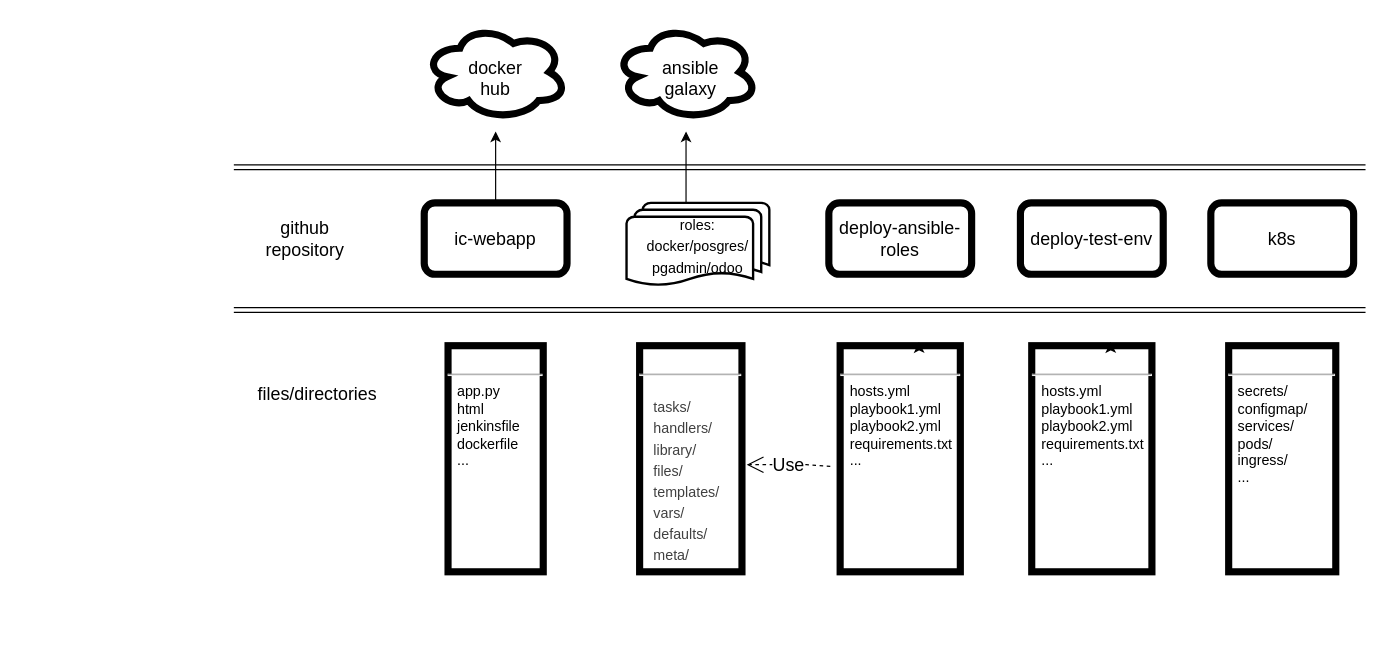
Above: Untitled Diagram.drawio in Thuy9906/merlinpimpin (draw.io), before the change. Source tidied: cells renumbered, new cells numbered last; positions are measured from the earlier drawing's top-left corner, leaving out a move shared by most shapes. Both pictures are drawn from the tidied source at 119%, with x=0, y=0 at pixel (233, 24).
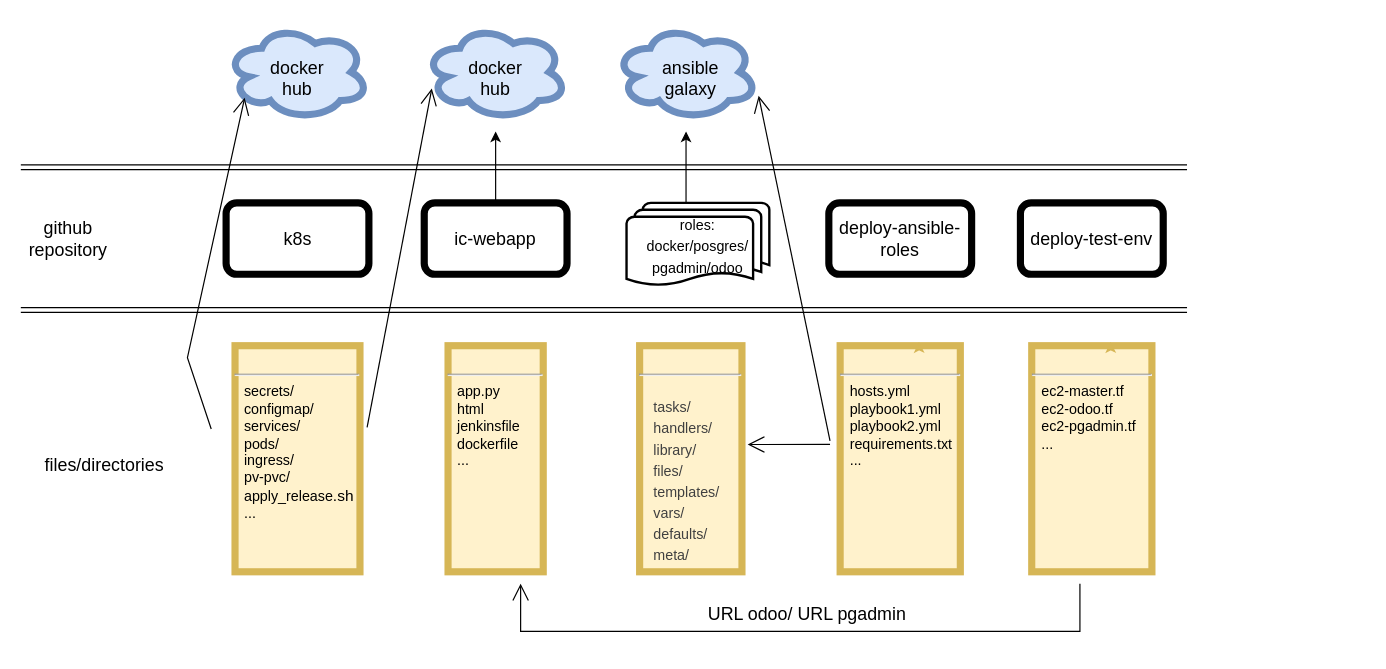
After the change.

Diff of the diagram source:
```diff
@@
+    <mxCell id="25" style="ellipse;shape=cloud;whiteSpace=wrap;html=1;fontSize=15;strokeWidth=6;fillColor=#dae8fc;strokeColor=#6c8ebf;" parent="1" vertex="1">
+      <mxGeometry x="-6.5" width="120" height="80" as="geometry" />
+    </mxCell>
-    <mxCell id="2" style="ellipse;shape=cloud;whiteSpace=wrap;html=1;fontSize=15;strokeWidth=6;" parent="1" vertex="1">
+    <mxCell id="2" style="ellipse;shape=cloud;whiteSpace=wrap;html=1;fontSize=15;strokeWidth=6;fillColor=#dae8fc;strokeColor=#6c8ebf;" parent="1" vertex="1">
       <mxGeometry x="320" width="120" height="80" as="geometry" />
     </mxCell>
-    <mxCell id="3" style="ellipse;shape=cloud;whiteSpace=wrap;html=1;fontSize=15;strokeWidth=6;" parent="1" vertex="1">
+    <mxCell id="3" style="ellipse;shape=cloud;whiteSpace=wrap;html=1;fontSize=15;strokeWidth=6;fillColor=#dae8fc;strokeColor=#6c8ebf;" parent="1" vertex="1">
       <mxGeometry x="160" width="120" height="80" as="geometry" />
     </mxCell>
     <mxCell id="4" style="shape=link;html=1;rounded=0;" parent="1" edge="1">
       <mxGeometry relative="1" as="geometry">
-        <mxPoint y="120" as="sourcePoint" />
-        <mxPoint x="951" y="120" as="targetPoint" />
+        <mxPoint x="-179" y="120" as="sourcePoint" />
+        <mxPoint x="801" y="120" as="targetPoint" />
       </mxGeometry>
     </mxCell>
     <mxCell id="5" style="shape=link;html=1;rounded=0;" parent="1" edge="1">
       <mxGeometry relative="1" as="geometry">
-        <mxPoint y="240" as="sourcePoint" />
-        <mxPoint x="951" y="240" as="targetPoint" />
+        <mxPoint x="-179" y="240" as="sourcePoint" />
+        <mxPoint x="801" y="240" as="targetPoint" />
       </mxGeometry>
     </mxCell>
@@
     <mxCell id="12" value="&lt;font style=&quot;font-size: 15px&quot;&gt;github repository&lt;/font&gt;" style="text;html=1;strokeColor=none;fillColor=none;align=center;verticalAlign=middle;whiteSpace=wrap;rounded=0;fontSize=12;" parent="1" vertex="1">
-      <mxGeometry x="30" y="165" width="60" height="30" as="geometry" />
+      <mxGeometry x="-169" y="165" width="60" height="30" as="geometry" />
     </mxCell>
-    <mxCell id="13" value="&lt;p style=&quot;margin: 0px ; margin-top: 4px ; text-align: center ; text-decoration: underline&quot;&gt;&lt;br&gt;&lt;/p&gt;&lt;hr&gt;&lt;p style=&quot;margin: 0px ; margin-left: 8px&quot;&gt;app.py&lt;/p&gt;&lt;p style=&quot;margin: 0px ; margin-left: 8px&quot;&gt;html&lt;br&gt;&lt;/p&gt;&lt;p style=&quot;margin: 0px ; margin-left: 8px&quot;&gt;jenkinsfile&lt;/p&gt;&lt;p style=&quot;margin: 0px ; margin-left: 8px&quot;&gt;dockerfile&lt;/p&gt;&lt;p style=&quot;margin: 0px ; margin-left: 8px&quot;&gt;...&lt;/p&gt;" style="verticalAlign=top;align=left;overflow=fill;fontSize=12;fontFamily=Helvetica;html=1;strokeWidth=6;" parent="1" vertex="1">
+    <mxCell id="13" value="&lt;p style=&quot;margin: 0px ; margin-top: 4px ; text-align: center ; text-decoration: underline&quot;&gt;&lt;br&gt;&lt;/p&gt;&lt;hr&gt;&lt;p style=&quot;margin: 0px ; margin-left: 8px&quot;&gt;app.py&lt;/p&gt;&lt;p style=&quot;margin: 0px ; margin-left: 8px&quot;&gt;html&lt;br&gt;&lt;/p&gt;&lt;p style=&quot;margin: 0px ; margin-left: 8px&quot;&gt;jenkinsfile&lt;/p&gt;&lt;p style=&quot;margin: 0px ; margin-left: 8px&quot;&gt;dockerfile&lt;/p&gt;&lt;p style=&quot;margin: 0px ; margin-left: 8px&quot;&gt;...&lt;/p&gt;" style="verticalAlign=top;align=left;overflow=fill;fontSize=12;fontFamily=Helvetica;html=1;strokeWidth=6;fillColor=#fff2cc;strokeColor=#d6b656;" parent="1" vertex="1">
       <mxGeometry x="180" y="270" width="80" height="190" as="geometry" />
     </mxCell>
-    <mxCell id="14" value="&lt;p style=&quot;margin: 0px ; margin-top: 4px ; text-align: center ; text-decoration: underline&quot;&gt;&lt;br&gt;&lt;/p&gt;&lt;hr&gt;&lt;pre style=&quot;box-sizing: border-box ; line-height: 1.4 ; margin-top: 0px ; margin-bottom: 0px ; padding: 12px ; overflow: auto ; color: rgb(64 , 64 , 64)&quot;&gt;&lt;font face=&quot;Helvetica&quot;&gt;tasks/&lt;br&gt;handlers/&lt;br&gt;library/&lt;br&gt;files/&lt;br&gt;templates/&lt;br&gt;vars/&lt;br&gt;defaults/&lt;br&gt;meta/&lt;/font&gt;&lt;/pre&gt;" style="verticalAlign=top;align=left;overflow=fill;fontSize=12;fontFamily=Helvetica;html=1;strokeWidth=6;" parent="1" vertex="1">
+    <mxCell id="14" value="&lt;p style=&quot;margin: 0px ; margin-top: 4px ; text-align: center ; text-decoration: underline&quot;&gt;&lt;br&gt;&lt;/p&gt;&lt;hr&gt;&lt;pre style=&quot;box-sizing: border-box ; line-height: 1.4 ; margin-top: 0px ; margin-bottom: 0px ; padding: 12px ; overflow: auto ; color: rgb(64 , 64 , 64)&quot;&gt;&lt;font face=&quot;Helvetica&quot;&gt;tasks/&lt;br&gt;handlers/&lt;br&gt;library/&lt;br&gt;files/&lt;br&gt;templates/&lt;br&gt;vars/&lt;br&gt;defaults/&lt;br&gt;meta/&lt;/font&gt;&lt;/pre&gt;" style="verticalAlign=top;align=left;overflow=fill;fontSize=12;fontFamily=Helvetica;html=1;strokeWidth=6;fillColor=#fff2cc;strokeColor=#d6b656;" parent="1" vertex="1">
       <mxGeometry x="341" y="270" width="86" height="190" as="geometry" />
     </mxCell>
     <mxCell id="15" value="files/directories" style="text;html=1;align=center;verticalAlign=middle;strokeColor=none;fillColor=none;fontSize=15;fontFamily=Helvetica;" parent="1" vertex="1">
-      <mxGeometry x="10" y="300" width="120" height="20" as="geometry" />
+      <mxGeometry x="-169" y="360" width="120" height="20" as="geometry" />
     </mxCell>
-    <mxCell id="16" value="&lt;p style=&quot;margin: 0px ; margin-top: 4px ; text-align: center ; text-decoration: underline&quot;&gt;&lt;br&gt;&lt;/p&gt;&lt;hr&gt;&lt;p style=&quot;margin: 0px ; margin-left: 8px&quot;&gt;hosts.yml&lt;/p&gt;&lt;p style=&quot;margin: 0px ; margin-left: 8px&quot;&gt;playbook1.yml&lt;br&gt;&lt;/p&gt;&lt;p style=&quot;margin: 0px ; margin-left: 8px&quot;&gt;playbook2.yml&lt;/p&gt;&lt;p style=&quot;margin: 0px ; margin-left: 8px&quot;&gt;requirements.txt&lt;/p&gt;&lt;p style=&quot;margin: 0px ; margin-left: 8px&quot;&gt;...&lt;/p&gt;" style="verticalAlign=top;align=left;overflow=fill;fontSize=12;fontFamily=Helvetica;html=1;strokeWidth=6;" parent="1" vertex="1">
+    <mxCell id="16" value="&lt;p style=&quot;margin: 0px ; margin-top: 4px ; text-align: center ; text-decoration: underline&quot;&gt;&lt;br&gt;&lt;/p&gt;&lt;hr&gt;&lt;p style=&quot;margin: 0px ; margin-left: 8px&quot;&gt;hosts.yml&lt;/p&gt;&lt;p style=&quot;margin: 0px ; margin-left: 8px&quot;&gt;playbook1.yml&lt;br&gt;&lt;/p&gt;&lt;p style=&quot;margin: 0px ; margin-left: 8px&quot;&gt;playbook2.yml&lt;/p&gt;&lt;p style=&quot;margin: 0px ; margin-left: 8px&quot;&gt;requirements.txt&lt;/p&gt;&lt;p style=&quot;margin: 0px ; margin-left: 8px&quot;&gt;...&lt;/p&gt;" style="verticalAlign=top;align=left;overflow=fill;fontSize=12;fontFamily=Helvetica;html=1;strokeWidth=6;fillColor=#fff2cc;strokeColor=#d6b656;" parent="1" vertex="1">
       <mxGeometry x="509.5" y="270" width="101" height="190" as="geometry" />
     </mxCell>
@@
-    <mxCell id="18" style="edgeStyle=orthogonalEdgeStyle;rounded=0;orthogonalLoop=1;jettySize=auto;html=1;exitX=0.5;exitY=0;exitDx=0;exitDy=0;entryX=0.656;entryY=-0.016;entryDx=0;entryDy=0;entryPerimeter=0;fontFamily=Helvetica;fontSize=15;" parent="1" edge="1" source="16" target="16">
+    <mxCell id="18" style="edgeStyle=orthogonalEdgeStyle;rounded=0;orthogonalLoop=1;jettySize=auto;html=1;exitX=0.5;exitY=0;exitDx=0;exitDy=0;entryX=0.656;entryY=-0.016;entryDx=0;entryDy=0;entryPerimeter=0;fontFamily=Helvetica;fontSize=15;fillColor=#fff2cc;strokeColor=#d6b656;" parent="1" edge="1" source="16" target="16">
       <mxGeometry relative="1" as="geometry" />
     </mxCell>
-    <mxCell id="19" value="k8s" style="rounded=1;whiteSpace=wrap;html=1;fontSize=15;strokeWidth=6;" parent="1" vertex="1">
-      <mxGeometry x="821" y="150" width="120" height="60" as="geometry" />
-    </mxCell>
-    <mxCell id="20" value="&lt;p style=&quot;margin: 0px ; margin-top: 4px ; text-align: center ; text-decoration: underline&quot;&gt;&lt;br&gt;&lt;/p&gt;&lt;hr&gt;&lt;p style=&quot;margin: 0px ; margin-left: 8px&quot;&gt;secrets/&lt;/p&gt;&lt;p style=&quot;margin: 0px ; margin-left: 8px&quot;&gt;configmap/&lt;br&gt;&lt;/p&gt;&lt;p style=&quot;margin: 0px ; margin-left: 8px&quot;&gt;services/&lt;/p&gt;&lt;p style=&quot;margin: 0px ; margin-left: 8px&quot;&gt;pods/&lt;/p&gt;&lt;p style=&quot;margin: 0px ; margin-left: 8px&quot;&gt;ingress/&lt;/p&gt;&lt;p style=&quot;margin: 0px ; margin-left: 8px&quot;&gt;...&lt;/p&gt;" style="verticalAlign=top;align=left;overflow=fill;fontSize=12;fontFamily=Helvetica;html=1;strokeWidth=6;" parent="1" vertex="1">
-      <mxGeometry x="836" y="270" width="90" height="190" as="geometry" />
-    </mxCell>
-    <mxCell id="21" value="Use" style="endArrow=open;endSize=12;dashed=1;html=1;rounded=0;fontFamily=Helvetica;fontSize=15;exitX=-0.082;exitY=0.534;exitDx=0;exitDy=0;exitPerimeter=0;" parent="1" edge="1" source="16">
-      <mxGeometry relative="1" as="geometry">
-        <mxPoint x="431" y="370" as="targetPoint" />
-        <Array as="points">
-          <mxPoint x="481" y="370" />
-        </Array>
-      </mxGeometry>
-    </mxCell>
-    <mxCell id="22" value="&lt;p style=&quot;margin: 0px ; margin-top: 4px ; text-align: center ; text-decoration: underline&quot;&gt;&lt;br&gt;&lt;/p&gt;&lt;hr&gt;&lt;p style=&quot;margin: 0px ; margin-left: 8px&quot;&gt;hosts.yml&lt;/p&gt;&lt;p style=&quot;margin: 0px ; margin-left: 8px&quot;&gt;playbook1.yml&lt;br&gt;&lt;/p&gt;&lt;p style=&quot;margin: 0px ; margin-left: 8px&quot;&gt;playbook2.yml&lt;/p&gt;&lt;p style=&quot;margin: 0px ; margin-left: 8px&quot;&gt;requirements.txt&lt;/p&gt;&lt;p style=&quot;margin: 0px ; margin-left: 8px&quot;&gt;...&lt;/p&gt;" style="verticalAlign=top;align=left;overflow=fill;fontSize=12;fontFamily=Helvetica;html=1;strokeWidth=6;" parent="1" vertex="1">
+    <mxCell id="22" value="&lt;p style=&quot;margin: 0px ; margin-top: 4px ; text-align: center ; text-decoration: underline&quot;&gt;&lt;br&gt;&lt;/p&gt;&lt;hr&gt;&lt;p style=&quot;margin: 0px ; margin-left: 8px&quot;&gt;ec2-master.tf&lt;/p&gt;&lt;p style=&quot;margin: 0px ; margin-left: 8px&quot;&gt;ec2-odoo.tf&lt;br&gt;&lt;/p&gt;&lt;p style=&quot;margin: 0px ; margin-left: 8px&quot;&gt;ec2-pgadmin.tf&lt;/p&gt;&lt;p style=&quot;margin: 0px ; margin-left: 8px&quot;&gt;...&lt;/p&gt;" style="verticalAlign=top;align=left;overflow=fill;fontSize=12;fontFamily=Helvetica;html=1;strokeWidth=6;fillColor=#fff2cc;strokeColor=#d6b656;" parent="1" vertex="1">
       <mxGeometry x="670.5" y="270" width="101" height="190" as="geometry" />
     </mxCell>
@@
-    <mxCell id="24" style="edgeStyle=orthogonalEdgeStyle;rounded=0;orthogonalLoop=1;jettySize=auto;html=1;exitX=0.5;exitY=0;exitDx=0;exitDy=0;entryX=0.656;entryY=-0.016;entryDx=0;entryDy=0;entryPerimeter=0;fontFamily=Helvetica;fontSize=15;" parent="1" edge="1" source="22" target="22">
+    <mxCell id="24" style="edgeStyle=orthogonalEdgeStyle;rounded=0;orthogonalLoop=1;jettySize=auto;html=1;exitX=0.5;exitY=0;exitDx=0;exitDy=0;entryX=0.656;entryY=-0.016;entryDx=0;entryDy=0;entryPerimeter=0;fontFamily=Helvetica;fontSize=15;fillColor=#fff2cc;strokeColor=#d6b656;" parent="1" edge="1" source="22" target="22">
       <mxGeometry relative="1" as="geometry" />
     </mxCell>
+    <mxCell id="26" style="endArrow=open;endFill=1;endSize=12;html=1;rounded=0;fontFamily=Helvetica;fontSize=15;entryX=1.056;entryY=0.437;entryDx=0;entryDy=0;entryPerimeter=0;" parent="1" edge="1" target="14">
+      <mxGeometry relative="1" as="geometry">
+        <mxPoint x="501" y="353" as="sourcePoint" />
+      </mxGeometry>
+    </mxCell>
+    <mxCell id="27" style="endArrow=open;endFill=1;endSize=12;html=1;rounded=0;fontFamily=Helvetica;fontSize=15;" parent="1" edge="1">
+      <mxGeometry relative="1" as="geometry">
+        <mxPoint x="711" y="470" as="sourcePoint" />
+        <mxPoint x="241" y="470" as="targetPoint" />
+        <Array as="points">
+          <mxPoint x="711" y="510" />
+          <mxPoint x="241" y="510" />
+        </Array>
+      </mxGeometry>
+    </mxCell>
+    <mxCell id="28" value="URL odoo/ URL pgadmin" style="text;html=1;strokeColor=none;fillColor=none;align=center;verticalAlign=middle;whiteSpace=wrap;rounded=0;fontFamily=Helvetica;fontSize=15;" parent="1" vertex="1">
+      <mxGeometry x="395" y="480" width="174" height="30" as="geometry" />
+    </mxCell>
+    <mxCell id="29" value="docker hub" style="text;html=1;strokeColor=none;fillColor=none;align=center;verticalAlign=middle;whiteSpace=wrap;rounded=0;strokeWidth=6;fontSize=15;" parent="1" vertex="1">
+      <mxGeometry x="47.2" y="30" width="12.5" height="30" as="geometry" />
+    </mxCell>
+    <mxCell id="30" style="endArrow=open;endFill=1;endSize=12;html=1;rounded=0;fontFamily=Helvetica;fontSize=12;" parent="1" edge="1">
+      <mxGeometry relative="1" as="geometry">
+        <mxPoint x="501" y="350" as="sourcePoint" />
+        <mxPoint x="441" y="60" as="targetPoint" />
+      </mxGeometry>
+    </mxCell>
+    <mxCell id="31" style="endArrow=open;endFill=1;endSize=12;html=1;rounded=0;fontFamily=Helvetica;fontSize=12;startArrow=none;entryX=0.13;entryY=0.77;entryDx=0;entryDy=0;entryPerimeter=0;" parent="1" edge="1" target="25">
+      <mxGeometry relative="1" as="geometry">
+        <mxPoint x="-19" y="340" as="sourcePoint" />
+        <Array as="points">
+          <mxPoint x="-39" y="280" />
+        </Array>
+      </mxGeometry>
+    </mxCell>
+    <mxCell id="32" style="endArrow=open;endFill=1;endSize=12;html=1;rounded=0;fontFamily=Helvetica;fontSize=12;entryX=0.053;entryY=0.673;entryDx=0;entryDy=0;entryPerimeter=0;exitX=1.057;exitY=0.361;exitDx=0;exitDy=0;exitPerimeter=0;" parent="1" edge="1" source="33" target="3">
+      <mxGeometry relative="1" as="geometry" />
+    </mxCell>
+    <mxCell id="33" value="&lt;p style=&quot;margin: 0px ; margin-top: 4px ; text-align: center ; text-decoration: underline&quot;&gt;&lt;br&gt;&lt;/p&gt;&lt;hr&gt;&lt;p style=&quot;margin: 0px ; margin-left: 8px&quot;&gt;secrets/&lt;/p&gt;&lt;p style=&quot;margin: 0px ; margin-left: 8px&quot;&gt;configmap/&lt;br&gt;&lt;/p&gt;&lt;p style=&quot;margin: 0px ; margin-left: 8px&quot;&gt;services/&lt;/p&gt;&lt;p style=&quot;margin: 0px ; margin-left: 8px&quot;&gt;pods/&lt;/p&gt;&lt;p style=&quot;margin: 0px ; margin-left: 8px&quot;&gt;ingress/&lt;/p&gt;&lt;p style=&quot;margin: 0px ; margin-left: 8px&quot;&gt;pv-pvc/&lt;/p&gt;&lt;p style=&quot;margin: 0px 0px 0px 8px&quot;&gt;&lt;font style=&quot;font-size: 12px&quot;&gt;apply_release&lt;/font&gt;&lt;span style=&quot;font-size: 13px&quot;&gt;.sh&lt;/span&gt;&lt;br&gt;&lt;/p&gt;&lt;p style=&quot;margin: 0px ; margin-left: 8px&quot;&gt;...&lt;/p&gt;" style="verticalAlign=top;align=left;overflow=fill;fontSize=12;fontFamily=Helvetica;html=1;strokeWidth=6;fillColor=#fff2cc;strokeColor=#d6b656;" parent="1" vertex="1">
+      <mxGeometry x="1" y="270" width="105" height="190" as="geometry" />
+    </mxCell>
+    <mxCell id="19" value="k8s" style="rounded=1;whiteSpace=wrap;html=1;fontSize=15;strokeWidth=6;" parent="1" vertex="1">
+      <mxGeometry x="-6.5" y="150" width="120" height="60" as="geometry" />
+    </mxCell>
```
